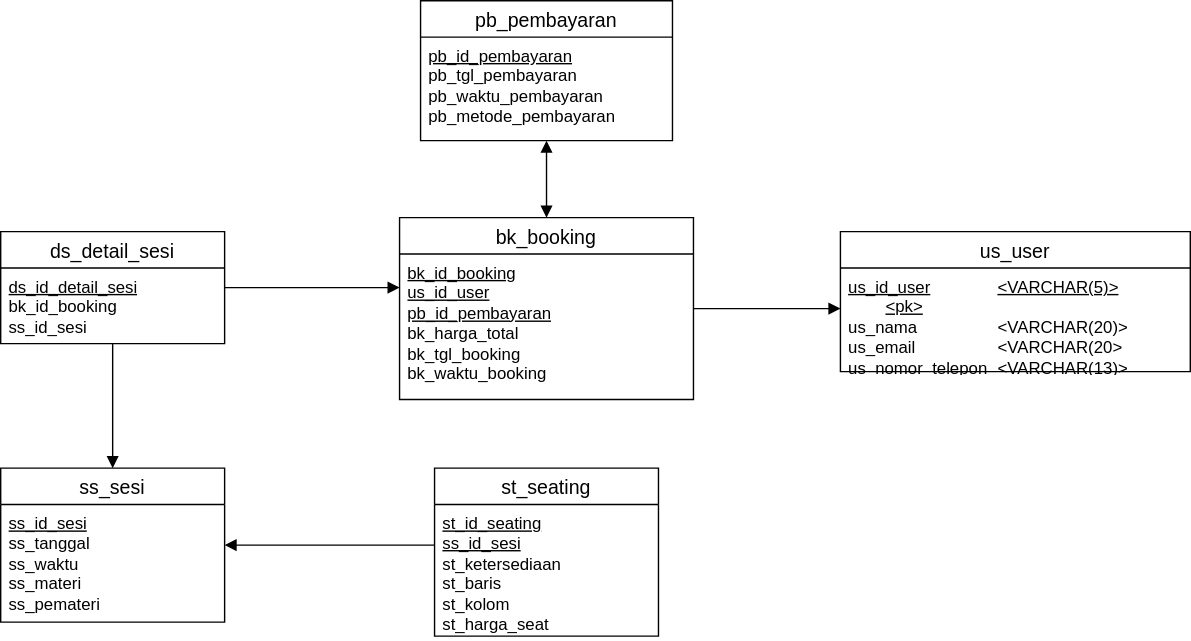
borednuna/Hanun-Shaka-P_Tugas2MCI keeps this draw.io diagram as SeminarSystem_PDM.drawio.svg. Above is the earlier version. Source tidied: cells renumbered, new cells last; positions are measured from the earlier drawing's top-left corner, leaving out a move shared by most shapes.
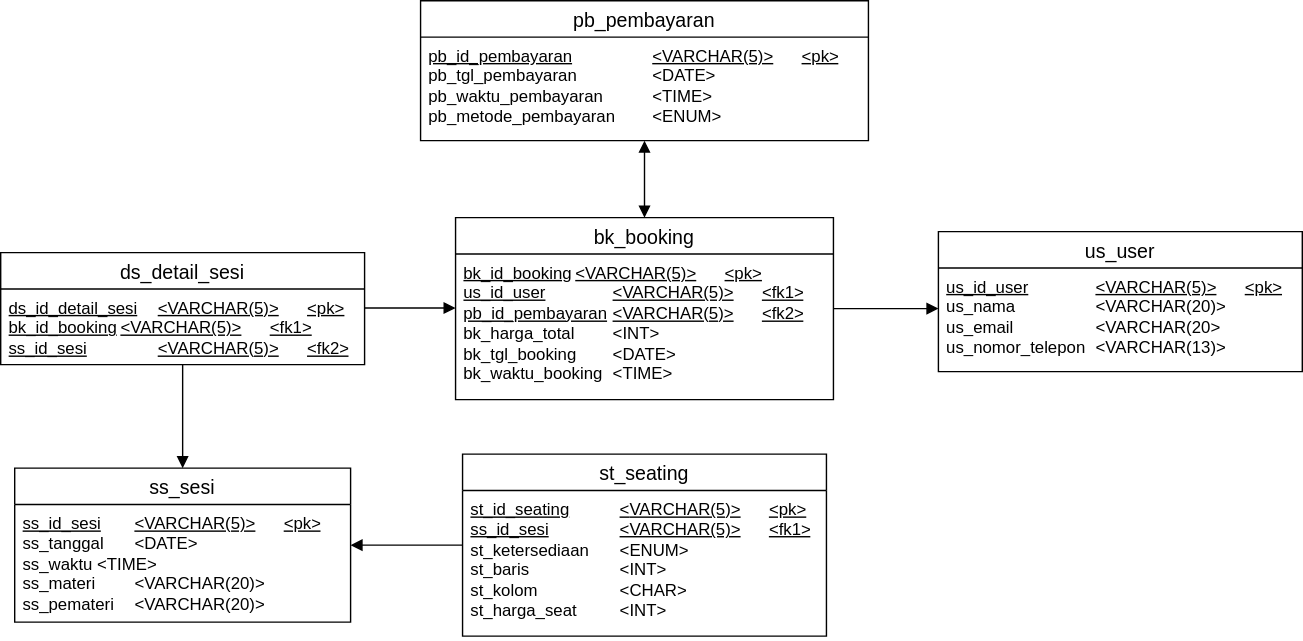
Later version of the same file.

Diff of the diagram source:
```diff
@@ -3,28 +3,28 @@
     <mxCell id="0" />
     <mxCell id="1" parent="0" />
     <mxCell id="2" value="bk_booking" style="swimlane;fontStyle=0;horizontal=1;startSize=26;align=center;fontSize=14;" parent="1" vertex="1">
-      <mxGeometry x="285" y="155" width="210" height="130" as="geometry" />
+      <mxGeometry x="255" y="155" width="270" height="130" as="geometry" />
     </mxCell>
-    <mxCell id="3" value="&lt;div&gt;&lt;u&gt;bk_id_booking&lt;/u&gt;&lt;/div&gt;&lt;div&gt;&lt;u&gt;us_id_user&lt;/u&gt;&lt;/div&gt;&lt;div&gt;&lt;u&gt;pb_id_pembayaran&lt;br&gt;&lt;/u&gt;&lt;/div&gt;&lt;div&gt;bk_harga_total&lt;/div&gt;&lt;div&gt;bk_tgl_booking&lt;/div&gt;&lt;div&gt;bk_waktu_booking&lt;br&gt;&lt;/div&gt;" style="text;strokeColor=none;fillColor=none;spacingLeft=4;spacingRight=4;overflow=hidden;fontSize=12;whiteSpace=wrap;html=1;" parent="2" vertex="1">
-      <mxGeometry y="26" width="210" height="104" as="geometry" />
+    <mxCell id="3" value="&lt;div&gt;&lt;u&gt;bk_id_booking&lt;/u&gt;&lt;span style=&quot;white-space: pre;&quot;&gt; &lt;/span&gt;&lt;u&gt;&amp;lt;VARCHAR(5)&amp;gt;&lt;/u&gt;&lt;span style=&quot;white-space: pre;&quot;&gt; &lt;/span&gt;&lt;u&gt;&amp;lt;pk&amp;gt;&lt;/u&gt;&lt;/div&gt;&lt;div&gt;&lt;u&gt;us_id_user&lt;/u&gt;&lt;span style=&quot;white-space: pre;&quot;&gt; &lt;/span&gt;&lt;span style=&quot;white-space: pre;&quot;&gt; &lt;/span&gt;&lt;u&gt;&amp;lt;VARCHAR(5)&amp;gt;&lt;/u&gt;&lt;span style=&quot;white-space: pre;&quot;&gt; &lt;/span&gt;&lt;u&gt;&amp;lt;fk1&amp;gt;&lt;/u&gt;&lt;/div&gt;&lt;div&gt;&lt;u&gt;pb_id_pembayaran&lt;/u&gt;&lt;span style=&quot;white-space: pre;&quot;&gt; &lt;/span&gt;&lt;u&gt;&amp;lt;VARCHAR(5)&amp;gt;&lt;/u&gt;&lt;span style=&quot;white-space: pre;&quot;&gt; &lt;/span&gt;&lt;u&gt;&amp;lt;fk2&amp;gt;&lt;br&gt;&lt;/u&gt;&lt;/div&gt;&lt;div&gt;bk_harga_total&lt;span style=&quot;white-space: pre;&quot;&gt; &lt;/span&gt;&amp;lt;INT&amp;gt;&lt;/div&gt;&lt;div&gt;bk_tgl_booking&lt;span style=&quot;white-space: pre;&quot;&gt; &lt;/span&gt;&amp;lt;DATE&amp;gt;&lt;/div&gt;&lt;div&gt;bk_waktu_booking&lt;span style=&quot;white-space: pre;&quot;&gt; &lt;/span&gt;&amp;lt;TIME&amp;gt;&lt;br&gt;&lt;/div&gt;" style="text;strokeColor=none;fillColor=none;spacingLeft=4;spacingRight=4;overflow=hidden;fontSize=12;whiteSpace=wrap;html=1;" parent="2" vertex="1">
+      <mxGeometry y="26" width="270" height="104" as="geometry" />
     </mxCell>
     <mxCell id="4" value="us_user" style="swimlane;fontStyle=0;horizontal=1;startSize=26;align=center;fontSize=14;" parent="1" vertex="1">
-      <mxGeometry x="600" y="165" width="250" height="100" as="geometry" />
+      <mxGeometry x="600" y="165" width="260" height="100" as="geometry" />
     </mxCell>
     <mxCell id="5" value="&lt;div&gt;&lt;u&gt;us_id_user&lt;/u&gt;&lt;span style=&quot;white-space: pre;&quot;&gt; &lt;/span&gt;&lt;span style=&quot;white-space: pre;&quot;&gt; &lt;/span&gt;&lt;u&gt;&amp;lt;VARCHAR(5)&amp;gt;&lt;/u&gt;&lt;span style=&quot;white-space: pre;&quot;&gt; &lt;/span&gt;&lt;u&gt;&amp;lt;pk&amp;gt;&lt;/u&gt;&lt;br&gt;&lt;/div&gt;&lt;div&gt;us_nama&lt;span style=&quot;white-space: pre;&quot;&gt; &lt;/span&gt;&lt;span style=&quot;white-space: pre;&quot;&gt; &lt;/span&gt;&lt;span style=&quot;white-space: pre;&quot;&gt; &lt;/span&gt;&amp;lt;VARCHAR(20)&amp;gt;&lt;/div&gt;&lt;div&gt;us_email&lt;span style=&quot;white-space: pre;&quot;&gt; &lt;/span&gt;&lt;span style=&quot;white-space: pre;&quot;&gt; &lt;span style=&quot;white-space: pre;&quot;&gt; &lt;/span&gt;&lt;/span&gt;&amp;lt;VARCHAR(20&amp;gt;&lt;/div&gt;&lt;div&gt;us_nomor_telepon&lt;span style=&quot;white-space: pre;&quot;&gt; &lt;/span&gt;&amp;lt;VARCHAR(13)&amp;gt;&lt;br&gt;&lt;/div&gt;" style="text;strokeColor=none;fillColor=none;spacingLeft=4;spacingRight=4;overflow=hidden;fontSize=12;whiteSpace=wrap;html=1;" parent="4" vertex="1">
-      <mxGeometry y="26" width="250" height="74" as="geometry" />
+      <mxGeometry y="26" width="260" height="74" as="geometry" />
     </mxCell>
     <mxCell id="6" value="pb_pembayaran" style="swimlane;fontStyle=0;horizontal=1;startSize=26;align=center;fontSize=14;" parent="1" vertex="1">
-      <mxGeometry x="300" width="180" height="100" as="geometry" />
+      <mxGeometry x="230" width="320" height="100" as="geometry" />
     </mxCell>
-    <mxCell id="7" value="&lt;div&gt;&lt;u&gt;pb_id_pembayaran&lt;/u&gt;&lt;/div&gt;&lt;div&gt;pb_tgl_pembayaran&lt;/div&gt;&lt;div&gt;pb_waktu_pembayaran&lt;/div&gt;&lt;div&gt;pb_metode_pembayaran&lt;br&gt;&lt;/div&gt;" style="text;strokeColor=none;fillColor=none;spacingLeft=4;spacingRight=4;overflow=hidden;fontSize=12;whiteSpace=wrap;html=1;" parent="6" vertex="1">
-      <mxGeometry y="26" width="180" height="74" as="geometry" />
+    <mxCell id="7" value="&lt;div&gt;&lt;u&gt;pb_id_pembayaran&lt;/u&gt;&lt;span style=&quot;white-space: pre;&quot;&gt; &lt;/span&gt;&lt;span style=&quot;white-space: pre;&quot;&gt; &lt;/span&gt;&lt;span style=&quot;white-space: pre;&quot;&gt; &lt;/span&gt;&lt;u&gt;&amp;lt;VARCHAR(5)&amp;gt;&lt;/u&gt;&lt;span style=&quot;white-space: pre;&quot;&gt; &lt;/span&gt;&lt;u&gt;&amp;lt;pk&amp;gt;&lt;/u&gt;&lt;/div&gt;&lt;div&gt;pb_tgl_pembayaran&lt;span style=&quot;white-space: pre;&quot;&gt; &lt;/span&gt;&lt;span style=&quot;white-space: pre;&quot;&gt; &lt;/span&gt;&amp;lt;DATE&amp;gt;&lt;/div&gt;&lt;div&gt;pb_waktu_pembayaran&lt;span style=&quot;white-space: pre;&quot;&gt; &lt;/span&gt;&lt;span style=&quot;white-space: pre;&quot;&gt; &lt;/span&gt;&amp;lt;TIME&amp;gt;&lt;/div&gt;&lt;div&gt;pb_metode_pembayaran&lt;span style=&quot;white-space: pre;&quot;&gt; &lt;/span&gt;&amp;lt;ENUM&amp;gt;&lt;br&gt;&lt;/div&gt;" style="text;strokeColor=none;fillColor=none;spacingLeft=4;spacingRight=4;overflow=hidden;fontSize=12;whiteSpace=wrap;html=1;" parent="6" vertex="1">
+      <mxGeometry y="26" width="320" height="74" as="geometry" />
     </mxCell>
     <mxCell id="8" value="ds_detail_sesi" style="swimlane;fontStyle=0;horizontal=1;startSize=26;align=center;fontSize=14;" parent="1" vertex="1">
-      <mxGeometry y="165" width="160" height="80" as="geometry" />
+      <mxGeometry x="-70" y="180" width="260" height="80" as="geometry" />
     </mxCell>
-    <mxCell id="9" value="&lt;div&gt;&lt;u&gt;ds_id_detail_sesi&lt;/u&gt;&lt;/div&gt;&lt;div&gt;bk_id_booking&lt;/div&gt;&lt;div&gt;ss_id_sesi&lt;br&gt;&lt;/div&gt;" style="text;strokeColor=none;fillColor=none;spacingLeft=4;spacingRight=4;overflow=hidden;fontSize=12;whiteSpace=wrap;html=1;" parent="8" vertex="1">
-      <mxGeometry y="26" width="160" height="54" as="geometry" />
+    <mxCell id="9" value="&lt;div&gt;&lt;u&gt;ds_id_detail_sesi&lt;/u&gt;&lt;span style=&quot;white-space: pre;&quot;&gt; &lt;/span&gt;&lt;u&gt;&amp;lt;VARCHAR(5)&amp;gt;&lt;/u&gt;&lt;span style=&quot;white-space: pre;&quot;&gt; &lt;/span&gt;&lt;u&gt;&amp;lt;pk&amp;gt;&lt;br&gt;&lt;/u&gt;&lt;/div&gt;&lt;div&gt;&lt;u&gt;bk_id_booking&lt;/u&gt;&lt;span style=&quot;white-space: pre;&quot;&gt; &lt;/span&gt;&lt;u&gt;&amp;lt;VARCHAR(5)&amp;gt;&lt;/u&gt;&lt;span style=&quot;white-space: pre;&quot;&gt; &lt;/span&gt;&lt;u&gt;&amp;lt;fk1&amp;gt;&lt;/u&gt;&lt;/div&gt;&lt;div&gt;&lt;u&gt;ss_id_sesi&lt;/u&gt;&lt;span style=&quot;white-space: pre;&quot;&gt; &lt;/span&gt;&lt;span style=&quot;white-space: pre;&quot;&gt; &lt;/span&gt;&lt;u&gt;&amp;lt;VARCHAR(5)&amp;gt;&lt;/u&gt;&lt;span style=&quot;white-space: pre;&quot;&gt; &lt;/span&gt;&lt;u&gt;&amp;lt;fk2&amp;gt;&lt;br&gt;&lt;/u&gt;&lt;/div&gt;" style="text;strokeColor=none;fillColor=none;spacingLeft=4;spacingRight=4;overflow=hidden;fontSize=12;whiteSpace=wrap;html=1;" parent="8" vertex="1">
+      <mxGeometry y="26" width="260" height="54" as="geometry" />
     </mxCell>
     <mxCell id="10" style="html=1;verticalAlign=bottom;endArrow=block;edgeStyle=elbowEdgeStyle;elbow=vertical;curved=0;rounded=0;" parent="1" edge="1" source="2" target="4">
       <mxGeometry x="0.24" y="48" relative="1" as="geometry">
@@ -37,10 +37,10 @@
       <mxGeometry relative="1" as="geometry" />
     </mxCell>
     <mxCell id="12" value="ss_sesi" style="swimlane;fontStyle=0;horizontal=1;startSize=26;align=center;fontSize=14;" parent="1" vertex="1">
-      <mxGeometry y="334" width="160" height="110" as="geometry" />
+      <mxGeometry x="-60" y="334" width="240" height="110" as="geometry" />
     </mxCell>
-    <mxCell id="13" value="&lt;div&gt;&lt;u&gt;ss_id_sesi&lt;/u&gt;&lt;/div&gt;&lt;div&gt;ss_tanggal&lt;/div&gt;&lt;div&gt;ss_waktu&lt;/div&gt;&lt;div&gt;ss_materi&lt;/div&gt;&lt;div&gt;ss_pemateri&lt;br&gt;&lt;/div&gt;" style="text;strokeColor=none;fillColor=none;spacingLeft=4;spacingRight=4;overflow=hidden;fontSize=12;whiteSpace=wrap;html=1;" parent="12" vertex="1">
-      <mxGeometry y="26" width="160" height="84" as="geometry" />
+    <mxCell id="13" value="&lt;div&gt;&lt;u&gt;ss_id_sesi&lt;/u&gt;&lt;span style=&quot;white-space: pre;&quot;&gt; &lt;/span&gt;&lt;u&gt;&amp;lt;VARCHAR(5)&amp;gt;&lt;/u&gt;&lt;span style=&quot;white-space: pre;&quot;&gt; &lt;/span&gt;&lt;u&gt;&amp;lt;pk&amp;gt;&lt;/u&gt;&lt;/div&gt;&lt;div&gt;ss_tanggal&lt;span style=&quot;white-space: pre;&quot;&gt; &lt;/span&gt;&amp;lt;DATE&amp;gt;&lt;/div&gt;&lt;div&gt;ss_waktu&lt;span style=&quot;white-space: pre;&quot;&gt; &lt;/span&gt;&amp;lt;TIME&amp;gt;&lt;/div&gt;&lt;div&gt;ss_materi&lt;span style=&quot;white-space: pre;&quot;&gt; &lt;/span&gt;&amp;lt;VARCHAR(20)&amp;gt;&lt;/div&gt;&lt;div&gt;ss_pemateri&lt;span style=&quot;white-space: pre;&quot;&gt; &lt;/span&gt;&amp;lt;VARCHAR(20)&amp;gt;&lt;br&gt;&lt;/div&gt;" style="text;strokeColor=none;fillColor=none;spacingLeft=4;spacingRight=4;overflow=hidden;fontSize=12;whiteSpace=wrap;html=1;" parent="12" vertex="1">
+      <mxGeometry y="26" width="240" height="84" as="geometry" />
     </mxCell>
     <mxCell id="14" style="html=1;verticalAlign=bottom;endArrow=block;edgeStyle=elbowEdgeStyle;elbow=vertical;curved=0;rounded=0;" parent="1" edge="1" source="8" target="2">
       <mxGeometry relative="1" as="geometry" />
@@ -49,10 +49,10 @@
       <mxGeometry relative="1" as="geometry" />
     </mxCell>
     <mxCell id="16" value="st_seating" style="swimlane;fontStyle=0;horizontal=1;startSize=26;align=center;fontSize=14;" parent="1" vertex="1">
-      <mxGeometry x="310" y="334" width="160" height="120" as="geometry" />
+      <mxGeometry x="260" y="324" width="260" height="130" as="geometry" />
     </mxCell>
-    <mxCell id="17" value="&lt;div&gt;&lt;u&gt;st_id_seating&lt;/u&gt;&lt;/div&gt;&lt;div&gt;&lt;u&gt;ss_id_sesi&lt;br&gt;&lt;/u&gt;&lt;/div&gt;&lt;div&gt;st_ketersediaan&lt;/div&gt;&lt;div&gt;st_baris&lt;/div&gt;&lt;div&gt;st_kolom&lt;br&gt;&lt;/div&gt;&lt;div&gt;st_harga_seat&lt;br&gt;&lt;/div&gt;" style="text;strokeColor=none;fillColor=none;spacingLeft=4;spacingRight=4;overflow=hidden;fontSize=12;whiteSpace=wrap;html=1;" parent="16" vertex="1">
-      <mxGeometry y="26" width="160" height="94" as="geometry" />
+    <mxCell id="17" value="&lt;div&gt;&lt;u&gt;st_id_seating&lt;/u&gt;&lt;span style=&quot;white-space: pre;&quot;&gt; &lt;/span&gt;&lt;span style=&quot;white-space: pre;&quot;&gt; &lt;/span&gt;&lt;u&gt;&lt;span style=&quot;white-space: pre;&quot;&gt;&amp;lt;&lt;/span&gt;VARCHAR(5)&amp;gt;&lt;/u&gt;&lt;span style=&quot;white-space: pre;&quot;&gt; &lt;/span&gt;&lt;u&gt;&amp;lt;pk&amp;gt;&lt;/u&gt;&lt;/div&gt;&lt;div&gt;&lt;u&gt;ss_id_sesi&lt;/u&gt;&lt;span style=&quot;white-space: pre;&quot;&gt; &lt;/span&gt;&lt;span style=&quot;white-space: pre;&quot;&gt; &lt;/span&gt;&lt;u&gt;&amp;lt;VARCHAR(5)&amp;gt;&lt;/u&gt;&lt;span style=&quot;white-space: pre;&quot;&gt; &lt;/span&gt;&lt;u&gt;&amp;lt;fk1&amp;gt;&lt;br&gt;&lt;/u&gt;&lt;/div&gt;&lt;div&gt;st_ketersediaan&lt;span style=&quot;white-space: pre;&quot;&gt; &lt;/span&gt;&amp;lt;ENUM&amp;gt;&lt;/div&gt;&lt;div&gt;st_baris&lt;span style=&quot;white-space: pre;&quot;&gt; &lt;/span&gt;&lt;span style=&quot;white-space: pre;&quot;&gt; &lt;/span&gt;&lt;span style=&quot;white-space: pre;&quot;&gt; &lt;/span&gt;&amp;lt;INT&amp;gt;&lt;/div&gt;&lt;div&gt;st_kolom&lt;span style=&quot;white-space: pre;&quot;&gt; &lt;/span&gt;&lt;span style=&quot;white-space: pre;&quot;&gt; &lt;/span&gt;&lt;span style=&quot;white-space: pre;&quot;&gt; &lt;/span&gt;&amp;lt;CHAR&amp;gt;&lt;br&gt;&lt;/div&gt;&lt;div&gt;st_harga_seat&lt;span style=&quot;white-space: pre;&quot;&gt; &lt;/span&gt;&lt;span style=&quot;white-space: pre;&quot;&gt; &lt;/span&gt;&amp;lt;INT&amp;gt;&lt;br&gt;&lt;/div&gt;" style="text;strokeColor=none;fillColor=none;spacingLeft=4;spacingRight=4;overflow=hidden;fontSize=12;whiteSpace=wrap;html=1;" parent="16" vertex="1">
+      <mxGeometry y="26" width="260" height="104" as="geometry" />
     </mxCell>
     <mxCell id="18" style="html=1;verticalAlign=bottom;endArrow=block;edgeStyle=elbowEdgeStyle;elbow=vertical;curved=0;rounded=0;" parent="1" edge="1" source="16" target="12">
       <mxGeometry relative="1" as="geometry" />
```
